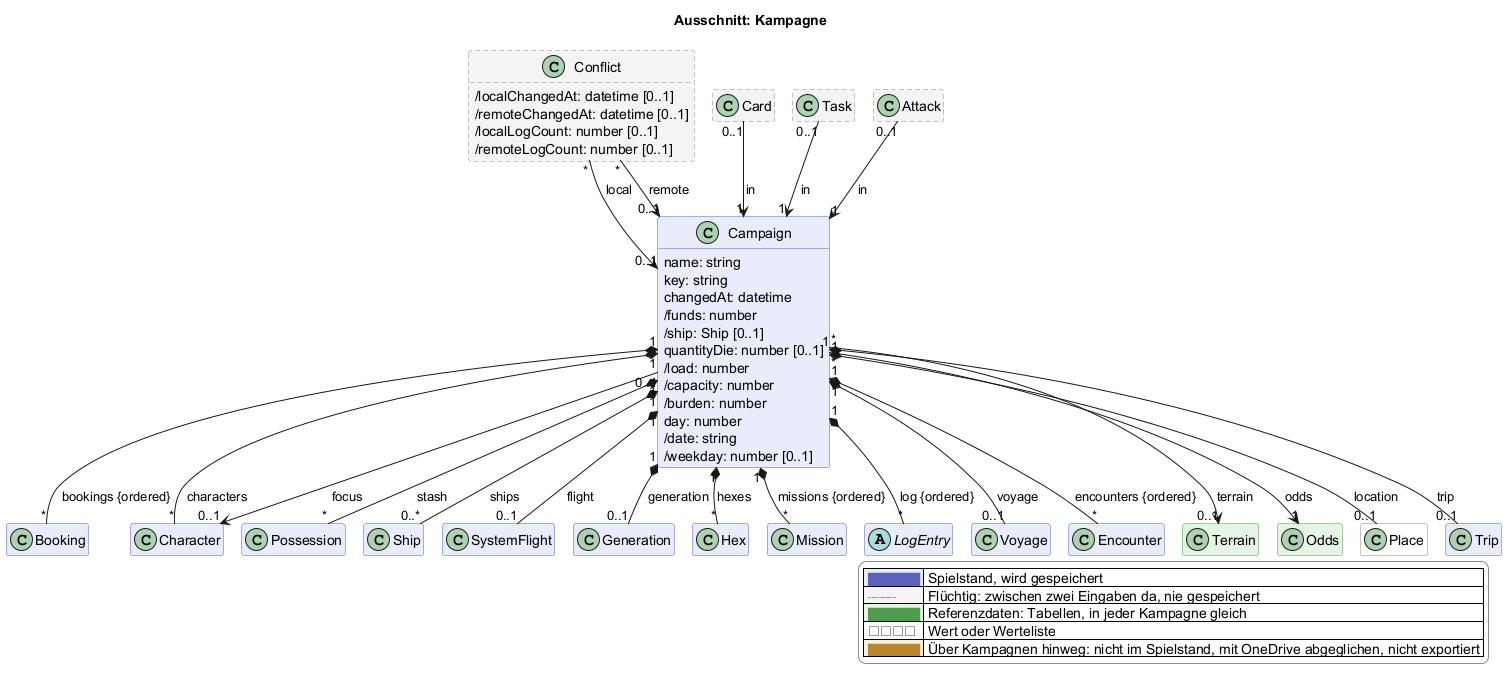
scuzzar/SRE keeps this PlantUML diagram as docs/views/kampagne.png. Above is the earlier version.
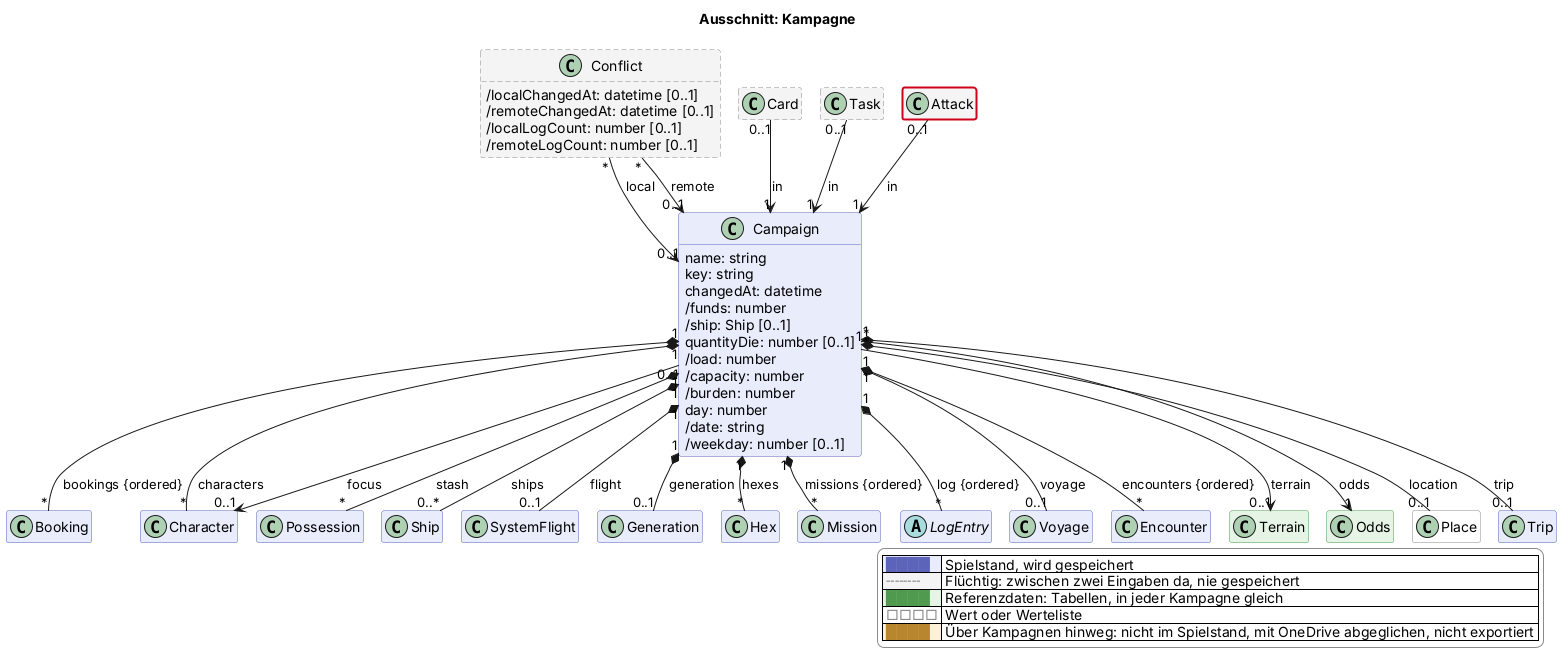
Above is the later version.

Change to the diagram source:
```diff
@@ -160,4 +160,5 @@
   |<#ffffff> <color:#8a8a8a>□□□□</color> | Wert oder Werteliste |
   |<#fdf1dc> <color:#b8862e>████</color> | Über Kampagnen hinweg: nicht im Spielstand, mit OneDrive abgeglichen, nicht exportiert |
 endlegend
+class Attack #line:d0021b;line.bold
 @enduml
```
